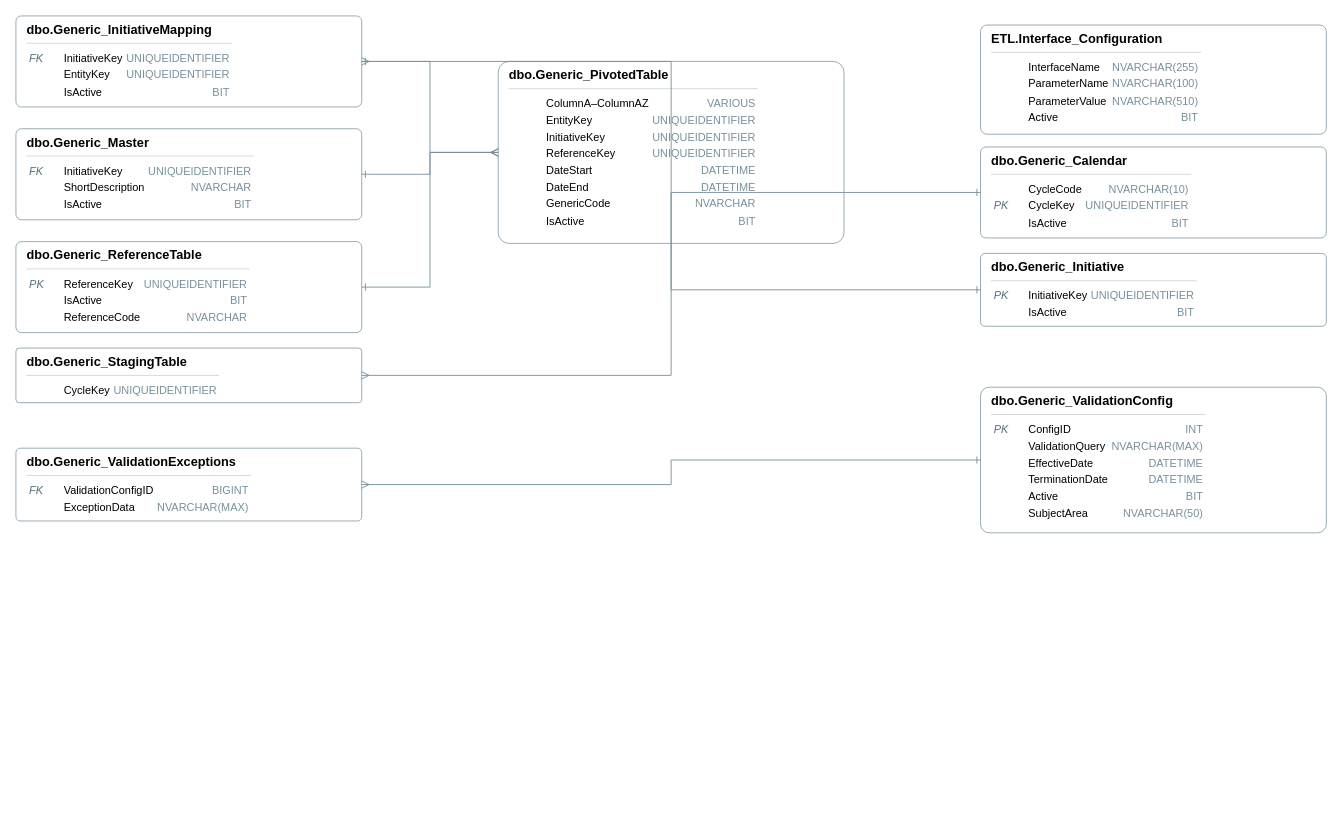
The draw.io diagram erd/generated_diag.drawio in drvmuk/sdlc_genai_demo, before the edit. Source tidied: cells renumbered, new cells numbered last; positions are measured from the earlier drawing's top-left corner, leaving out a move shared by most shapes. Both pictures are drawn from the tidied source at 91%, with x=0, y=0 at pixel (15, 15).
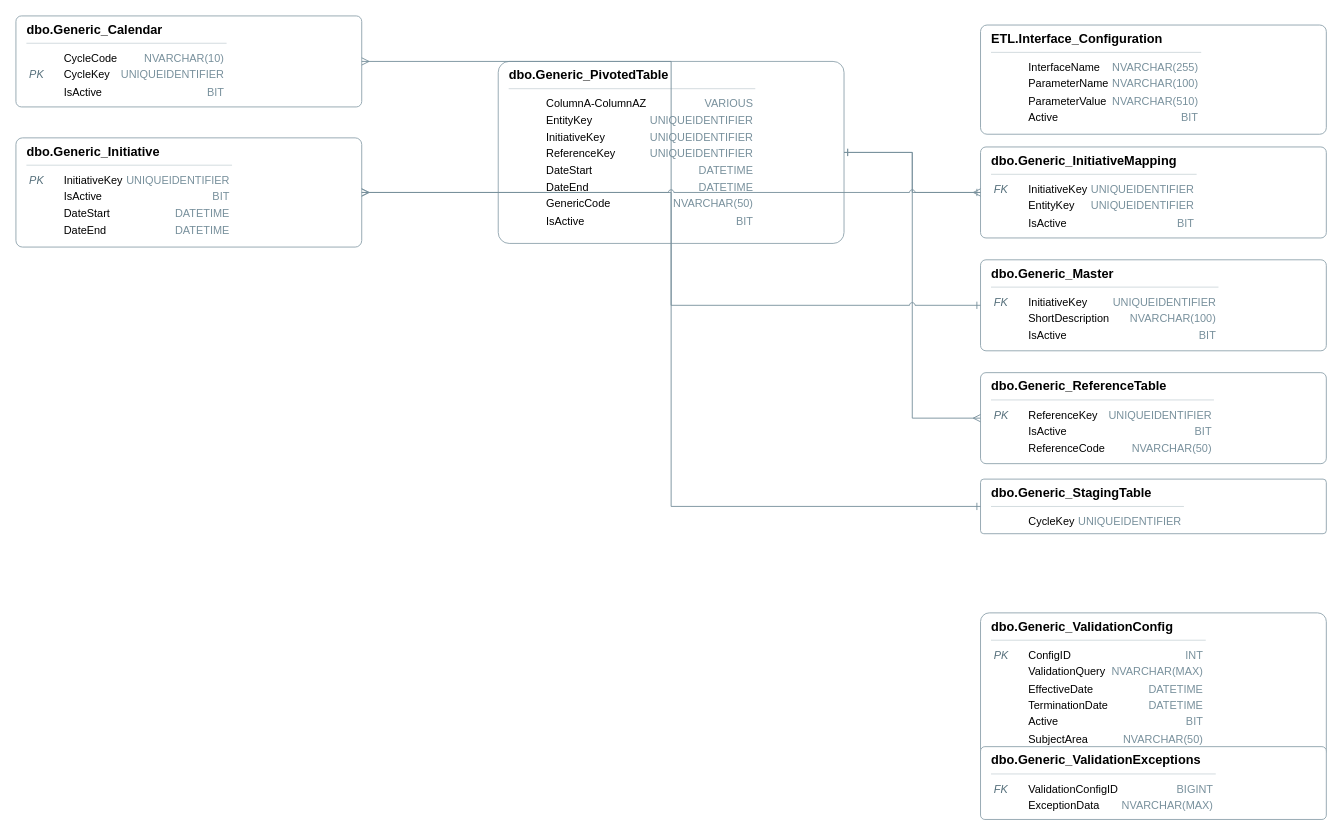
The same diagram, later.

Commit message (it also covers changes not shown here):
Upload ERD diagram

Change to the diagram source:
```diff
@@
 <mxGraphModel>
   <root>
     <mxCell id="0" />
     <mxCell id="1" parent="0" />
     <mxCell id="2" value="&lt;div style='text-align:left'&gt;&lt;div style='font-weight:600;font-size:14px'&gt;dbo.Generic_ValidationConfig&lt;/div&gt;&lt;div style='border-top:1px solid #cfd8dc;margin:6px 0'&gt;&lt;/div&gt;&lt;table style='width:100%;font-size:12px'&gt;&lt;tr&gt;&lt;td style='width:34px;font-style:italic;color:#546E7A'&gt;PK&lt;/td&gt;&lt;td&gt;ConfigID&lt;/td&gt;&lt;td style='width:86px;text-align:right;color:#78909C'&gt;INT&lt;/td&gt;&lt;/tr&gt;&lt;tr&gt;&lt;td style='width:34px;font-style:italic;color:#546E7A'&gt;&lt;/td&gt;&lt;td&gt;ValidationQuery&lt;/td&gt;&lt;td style='width:86px;text-align:right;color:#78909C'&gt;NVARCHAR(MAX)&lt;/td&gt;&lt;/tr&gt;&lt;tr&gt;&lt;td style='width:34px;font-style:italic;color:#546E7A'&gt;&lt;/td&gt;&lt;td&gt;EffectiveDate&lt;/td&gt;&lt;td style='width:86px;text-align:right;color:#78909C'&gt;DATETIME&lt;/td&gt;&lt;/tr&gt;&lt;tr&gt;&lt;td style='width:34px;font-style:italic;color:#546E7A'&gt;&lt;/td&gt;&lt;td&gt;TerminationDate&lt;/td&gt;&lt;td style='width:86px;text-align:right;color:#78909C'&gt;DATETIME&lt;/td&gt;&lt;/tr&gt;&lt;tr&gt;&lt;td style='width:34px;font-style:italic;color:#546E7A'&gt;&lt;/td&gt;&lt;td&gt;Active&lt;/td&gt;&lt;td style='width:86px;text-align:right;color:#78909C'&gt;BIT&lt;/td&gt;&lt;/tr&gt;&lt;tr&gt;&lt;td style='width:34px;font-style:italic;color:#546E7A'&gt;&lt;/td&gt;&lt;td&gt;SubjectArea&lt;/td&gt;&lt;td style='width:86px;text-align:right;color:#78909C'&gt;NVARCHAR(50)&lt;/td&gt;&lt;/tr&gt;&lt;/table&gt;&lt;/div&gt;" style="whiteSpace=wrap;rounded=1;fillColor=#FFFFFF;strokeColor=#90A4AE;dashed=0;shape=rectangle;arcSize=6;fontSize=13;align=left;verticalAlign=top;spacingLeft=10;portConstraint=eastwest;html=1;" parent="1" vertex="1">
-      <mxGeometry x="1060" y="408" width="380" height="160" as="geometry" />
+      <mxGeometry x="1060" y="656" width="380" height="160" as="geometry" />
     </mxCell>
     <mxCell id="3" value="&lt;div style='text-align:left'&gt;&lt;div style='font-weight:600;font-size:14px'&gt;dbo.Generic_ValidationExceptions&lt;/div&gt;&lt;div style='border-top:1px solid #cfd8dc;margin:6px 0'&gt;&lt;/div&gt;&lt;table style='width:100%;font-size:12px'&gt;&lt;tr&gt;&lt;td style='width:34px;font-style:italic;color:#546E7A'&gt;FK&lt;/td&gt;&lt;td&gt;ValidationConfigID&lt;/td&gt;&lt;td style='width:86px;text-align:right;color:#78909C'&gt;BIGINT&lt;/td&gt;&lt;/tr&gt;&lt;tr&gt;&lt;td style='width:34px;font-style:italic;color:#546E7A'&gt;&lt;/td&gt;&lt;td&gt;ExceptionData&lt;/td&gt;&lt;td style='width:86px;text-align:right;color:#78909C'&gt;NVARCHAR(MAX)&lt;/td&gt;&lt;/tr&gt;&lt;/table&gt;&lt;/div&gt;" style="whiteSpace=wrap;rounded=1;fillColor=#FFFFFF;strokeColor=#90A4AE;dashed=0;shape=rectangle;arcSize=6;fontSize=13;align=left;verticalAlign=top;spacingLeft=10;portConstraint=eastwest;html=1;" parent="1" vertex="1">
-      <mxGeometry y="475" width="380" height="80" as="geometry" />
+      <mxGeometry x="1060" y="803" width="380" height="80" as="geometry" />
     </mxCell>
     <mxCell id="4" value="&lt;div style='text-align:left'&gt;&lt;div style='font-weight:600;font-size:14px'&gt;ETL.Interface_Configuration&lt;/div&gt;&lt;div style='border-top:1px solid #cfd8dc;margin:6px 0'&gt;&lt;/div&gt;&lt;table style='width:100%;font-size:12px'&gt;&lt;tr&gt;&lt;td style='width:34px;font-style:italic;color:#546E7A'&gt;&lt;/td&gt;&lt;td&gt;InterfaceName&lt;/td&gt;&lt;td style='width:86px;text-align:right;color:#78909C'&gt;NVARCHAR(255)&lt;/td&gt;&lt;/tr&gt;&lt;tr&gt;&lt;td style='width:34px;font-style:italic;color:#546E7A'&gt;&lt;/td&gt;&lt;td&gt;ParameterName&lt;/td&gt;&lt;td style='width:86px;text-align:right;color:#78909C'&gt;NVARCHAR(100)&lt;/td&gt;&lt;/tr&gt;&lt;tr&gt;&lt;td style='width:34px;font-style:italic;color:#546E7A'&gt;&lt;/td&gt;&lt;td&gt;ParameterValue&lt;/td&gt;&lt;td style='width:86px;text-align:right;color:#78909C'&gt;NVARCHAR(510)&lt;/td&gt;&lt;/tr&gt;&lt;tr&gt;&lt;td style='width:34px;font-style:italic;color:#546E7A'&gt;&lt;/td&gt;&lt;td&gt;Active&lt;/td&gt;&lt;td style='width:86px;text-align:right;color:#78909C'&gt;BIT&lt;/td&gt;&lt;/tr&gt;&lt;/table&gt;&lt;/div&gt;" style="whiteSpace=wrap;rounded=1;fillColor=#FFFFFF;strokeColor=#90A4AE;dashed=0;shape=rectangle;arcSize=6;fontSize=13;align=left;verticalAlign=top;spacingLeft=10;html=1;" parent="1" vertex="1">
       <mxGeometry x="1060" y="10" width="380" height="120" as="geometry" />
     </mxCell>
     <mxCell id="5" value="&lt;div style='text-align:left'&gt;&lt;div style='font-weight:600;font-size:14px'&gt;dbo.Generic_StagingTable&lt;/div&gt;&lt;div style='border-top:1px solid #cfd8dc;margin:6px 0'&gt;&lt;/div&gt;&lt;table style='width:100%;font-size:12px'&gt;&lt;tr&gt;&lt;td style='width:34px;font-style:italic;color:#546E7A'&gt;&lt;/td&gt;&lt;td&gt;CycleKey&lt;/td&gt;&lt;td style='width:86px;text-align:right;color:#78909C'&gt;UNIQUEIDENTIFIER&lt;/td&gt;&lt;/tr&gt;&lt;/table&gt;&lt;/div&gt;" style="whiteSpace=wrap;rounded=1;fillColor=#FFFFFF;strokeColor=#90A4AE;dashed=0;shape=rectangle;arcSize=6;fontSize=13;align=left;verticalAlign=top;spacingLeft=10;portConstraint=eastwest;html=1;" parent="1" vertex="1">
-      <mxGeometry y="365" width="380" height="60" as="geometry" />
+      <mxGeometry x="1060" y="509" width="380" height="60" as="geometry" />
     </mxCell>
     <mxCell id="6" value="&lt;div style='text-align:left'&gt;&lt;div style='font-weight:600;font-size:14px'&gt;dbo.Generic_Calendar&lt;/div&gt;&lt;div style='border-top:1px solid #cfd8dc;margin:6px 0'&gt;&lt;/div&gt;&lt;table style='width:100%;font-size:12px'&gt;&lt;tr&gt;&lt;td style='width:34px;font-style:italic;color:#546E7A'&gt;&lt;/td&gt;&lt;td&gt;CycleCode&lt;/td&gt;&lt;td style='width:86px;text-align:right;color:#78909C'&gt;NVARCHAR(10)&lt;/td&gt;&lt;/tr&gt;&lt;tr&gt;&lt;td style='width:34px;font-style:italic;color:#546E7A'&gt;PK&lt;/td&gt;&lt;td&gt;CycleKey&lt;/td&gt;&lt;td style='width:86px;text-align:right;color:#78909C'&gt;UNIQUEIDENTIFIER&lt;/td&gt;&lt;/tr&gt;&lt;tr&gt;&lt;td style='width:34px;font-style:italic;color:#546E7A'&gt;&lt;/td&gt;&lt;td&gt;IsActive&lt;/td&gt;&lt;td style='width:86px;text-align:right;color:#78909C'&gt;BIT&lt;/td&gt;&lt;/tr&gt;&lt;/table&gt;&lt;/div&gt;" style="whiteSpace=wrap;rounded=1;fillColor=#FFFFFF;strokeColor=#90A4AE;dashed=0;shape=rectangle;arcSize=6;fontSize=13;align=left;verticalAlign=top;spacingLeft=10;portConstraint=eastwest;html=1;" parent="1" vertex="1">
-      <mxGeometry x="1060" y="144" width="380" height="100" as="geometry" />
+      <mxGeometry width="380" height="100" as="geometry" />
     </mxCell>
-    <mxCell id="7" value="&lt;div style='text-align:left'&gt;&lt;div style='font-weight:600;font-size:14px'&gt;dbo.Generic_PivotedTable&lt;/div&gt;&lt;div style='border-top:1px solid #cfd8dc;margin:6px 0'&gt;&lt;/div&gt;&lt;table style='width:100%;font-size:12px'&gt;&lt;tr&gt;&lt;td style='width:34px;font-style:italic;color:#546E7A'&gt;&lt;/td&gt;&lt;td&gt;ColumnA–ColumnAZ&lt;/td&gt;&lt;td style='width:86px;text-align:right;color:#78909C'&gt;VARIOUS&lt;/td&gt;&lt;/tr&gt;&lt;tr&gt;&lt;td style='width:34px;font-style:italic;color:#546E7A'&gt;&lt;/td&gt;&lt;td&gt;EntityKey&lt;/td&gt;&lt;td style='width:86px;text-align:right;color:#78909C'&gt;UNIQUEIDENTIFIER&lt;/td&gt;&lt;/tr&gt;&lt;tr&gt;&lt;td style='width:34px;font-style:italic;color:#546E7A'&gt;&lt;/td&gt;&lt;td&gt;InitiativeKey&lt;/td&gt;&lt;td style='width:86px;text-align:right;color:#78909C'&gt;UNIQUEIDENTIFIER&lt;/td&gt;&lt;/tr&gt;&lt;tr&gt;&lt;td style='width:34px;font-style:italic;color:#546E7A'&gt;&lt;/td&gt;&lt;td&gt;ReferenceKey&lt;/td&gt;&lt;td style='width:86px;text-align:right;color:#78909C'&gt;UNIQUEIDENTIFIER&lt;/td&gt;&lt;/tr&gt;&lt;tr&gt;&lt;td style='width:34px;font-style:italic;color:#546E7A'&gt;&lt;/td&gt;&lt;td&gt;DateStart&lt;/td&gt;&lt;td style='width:86px;text-align:right;color:#78909C'&gt;DATETIME&lt;/td&gt;&lt;/tr&gt;&lt;tr&gt;&lt;td style='width:34px;font-style:italic;color:#546E7A'&gt;&lt;/td&gt;&lt;td&gt;DateEnd&lt;/td&gt;&lt;td style='width:86px;text-align:right;color:#78909C'&gt;DATETIME&lt;/td&gt;&lt;/tr&gt;&lt;tr&gt;&lt;td style='width:34px;font-style:italic;color:#546E7A'&gt;&lt;/td&gt;&lt;td&gt;GenericCode&lt;/td&gt;&lt;td style='width:86px;text-align:right;color:#78909C'&gt;NVARCHAR&lt;/td&gt;&lt;/tr&gt;&lt;tr&gt;&lt;td style='width:34px;font-style:italic;color:#546E7A'&gt;&lt;/td&gt;&lt;td&gt;IsActive&lt;/td&gt;&lt;td style='width:86px;text-align:right;color:#78909C'&gt;BIT&lt;/td&gt;&lt;/tr&gt;&lt;/table&gt;&lt;/div&gt;" style="whiteSpace=wrap;rounded=1;fillColor=#FFFFFF;strokeColor=#90A4AE;dashed=0;shape=rectangle;arcSize=6;fontSize=13;align=left;verticalAlign=top;spacingLeft=10;portConstraint=eastwest;html=1;" parent="1" vertex="1">
-      <mxGeometry x="530" y="50" width="380" height="200" as="geometry" />
-    </mxCell>
-    <mxCell id="8" value="&lt;div style='text-align:left'&gt;&lt;div style='font-weight:600;font-size:14px'&gt;dbo.Generic_ReferenceTable&lt;/div&gt;&lt;div style='border-top:1px solid #cfd8dc;margin:6px 0'&gt;&lt;/div&gt;&lt;table style='width:100%;font-size:12px'&gt;&lt;tr&gt;&lt;td style='width:34px;font-style:italic;color:#546E7A'&gt;PK&lt;/td&gt;&lt;td&gt;ReferenceKey&lt;/td&gt;&lt;td style='width:86px;text-align:right;color:#78909C'&gt;UNIQUEIDENTIFIER&lt;/td&gt;&lt;/tr&gt;&lt;tr&gt;&lt;td style='width:34px;font-style:italic;color:#546E7A'&gt;&lt;/td&gt;&lt;td&gt;IsActive&lt;/td&gt;&lt;td style='width:86px;text-align:right;color:#78909C'&gt;BIT&lt;/td&gt;&lt;/tr&gt;&lt;tr&gt;&lt;td style='width:34px;font-style:italic;color:#546E7A'&gt;&lt;/td&gt;&lt;td&gt;ReferenceCode&lt;/td&gt;&lt;td style='width:86px;text-align:right;color:#78909C'&gt;NVARCHAR&lt;/td&gt;&lt;/tr&gt;&lt;/table&gt;&lt;/div&gt;" style="whiteSpace=wrap;rounded=1;fillColor=#FFFFFF;strokeColor=#90A4AE;dashed=0;shape=rectangle;arcSize=6;fontSize=13;align=left;verticalAlign=top;spacingLeft=10;portConstraint=eastwest;html=1;" parent="1" vertex="1">
-      <mxGeometry y="248" width="380" height="100" as="geometry" />
-    </mxCell>
-    <mxCell id="9" value="&lt;div style='text-align:left'&gt;&lt;div style='font-weight:600;font-size:14px'&gt;dbo.Generic_Initiative&lt;/div&gt;&lt;div style='border-top:1px solid #cfd8dc;margin:6px 0'&gt;&lt;/div&gt;&lt;table style='width:100%;font-size:12px'&gt;&lt;tr&gt;&lt;td style='width:34px;font-style:italic;color:#546E7A'&gt;PK&lt;/td&gt;&lt;td&gt;InitiativeKey&lt;/td&gt;&lt;td style='width:86px;text-align:right;color:#78909C'&gt;UNIQUEIDENTIFIER&lt;/td&gt;&lt;/tr&gt;&lt;tr&gt;&lt;td style='width:34px;font-style:italic;color:#546E7A'&gt;&lt;/td&gt;&lt;td&gt;IsActive&lt;/td&gt;&lt;td style='width:86px;text-align:right;color:#78909C'&gt;BIT&lt;/td&gt;&lt;/tr&gt;&lt;/table&gt;&lt;/div&gt;" style="whiteSpace=wrap;rounded=1;fillColor=#FFFFFF;strokeColor=#90A4AE;dashed=0;shape=rectangle;arcSize=6;fontSize=13;align=left;verticalAlign=top;spacingLeft=10;portConstraint=eastwest;html=1;" parent="1" vertex="1">
-      <mxGeometry x="1060" y="261" width="380" height="80" as="geometry" />
-    </mxCell>
+    <mxCell id="18" value="&lt;div style='text-align:left'&gt;&lt;div style='font-weight:600;font-size:14px'&gt;dbo.Generic_PivotedTable&lt;/div&gt;&lt;div style='border-top:1px solid #cfd8dc;margin:6px 0'&gt;&lt;/div&gt;&lt;table style='width:100%;font-size:12px'&gt;&lt;tr&gt;&lt;td style='width:34px;font-style:italic;color:#546E7A'&gt;&lt;/td&gt;&lt;td&gt;ColumnA-ColumnAZ&lt;/td&gt;&lt;td style='width:86px;text-align:right;color:#78909C'&gt;VARIOUS&lt;/td&gt;&lt;/tr&gt;&lt;tr&gt;&lt;td style='width:34px;font-style:italic;color:#546E7A'&gt;&lt;/td&gt;&lt;td&gt;EntityKey&lt;/td&gt;&lt;td style='width:86px;text-align:right;color:#78909C'&gt;UNIQUEIDENTIFIER&lt;/td&gt;&lt;/tr&gt;&lt;tr&gt;&lt;td style='width:34px;font-style:italic;color:#546E7A'&gt;&lt;/td&gt;&lt;td&gt;InitiativeKey&lt;/td&gt;&lt;td style='width:86px;text-align:right;color:#78909C'&gt;UNIQUEIDENTIFIER&lt;/td&gt;&lt;/tr&gt;&lt;tr&gt;&lt;td style='width:34px;font-style:italic;color:#546E7A'&gt;&lt;/td&gt;&lt;td&gt;ReferenceKey&lt;/td&gt;&lt;td style='width:86px;text-align:right;color:#78909C'&gt;UNIQUEIDENTIFIER&lt;/td&gt;&lt;/tr&gt;&lt;tr&gt;&lt;td style='width:34px;font-style:italic;color:#546E7A'&gt;&lt;/td&gt;&lt;td&gt;DateStart&lt;/td&gt;&lt;td style='width:86px;text-align:right;color:#78909C'&gt;DATETIME&lt;/td&gt;&lt;/tr&gt;&lt;tr&gt;&lt;td style='width:34px;font-style:italic;color:#546E7A'&gt;&lt;/td&gt;&lt;td&gt;DateEnd&lt;/td&gt;&lt;td style='width:86px;text-align:right;color:#78909C'&gt;DATETIME&lt;/td&gt;&lt;/tr&gt;&lt;tr&gt;&lt;td style='width:34px;font-style:italic;color:#546E7A'&gt;&lt;/td&gt;&lt;td&gt;GenericCode&lt;/td&gt;&lt;td style='width:86px;text-align:right;color:#78909C'&gt;NVARCHAR(50)&lt;/td&gt;&lt;/tr&gt;&lt;tr&gt;&lt;td style='width:34px;font-style:italic;color:#546E7A'&gt;&lt;/td&gt;&lt;td&gt;IsActive&lt;/td&gt;&lt;td style='width:86px;text-align:right;color:#78909C'&gt;BIT&lt;/td&gt;&lt;/tr&gt;&lt;/table&gt;&lt;/div&gt;" style="whiteSpace=wrap;rounded=1;fillColor=#FFFFFF;strokeColor=#90A4AE;dashed=0;shape=rectangle;arcSize=6;fontSize=13;align=left;verticalAlign=top;spacingLeft=10;portConstraint=eastwest;html=1;" parent="1" vertex="1">
+      <mxGeometry x="530" y="50" width="380" height="200" as="geometry" />
+    </mxCell>
+    <mxCell id="19" value="&lt;div style='text-align:left'&gt;&lt;div style='font-weight:600;font-size:14px'&gt;dbo.Generic_ReferenceTable&lt;/div&gt;&lt;div style='border-top:1px solid #cfd8dc;margin:6px 0'&gt;&lt;/div&gt;&lt;table style='width:100%;font-size:12px'&gt;&lt;tr&gt;&lt;td style='width:34px;font-style:italic;color:#546E7A'&gt;PK&lt;/td&gt;&lt;td&gt;ReferenceKey&lt;/td&gt;&lt;td style='width:86px;text-align:right;color:#78909C'&gt;UNIQUEIDENTIFIER&lt;/td&gt;&lt;/tr&gt;&lt;tr&gt;&lt;td style='width:34px;font-style:italic;color:#546E7A'&gt;&lt;/td&gt;&lt;td&gt;IsActive&lt;/td&gt;&lt;td style='width:86px;text-align:right;color:#78909C'&gt;BIT&lt;/td&gt;&lt;/tr&gt;&lt;tr&gt;&lt;td style='width:34px;font-style:italic;color:#546E7A'&gt;&lt;/td&gt;&lt;td&gt;ReferenceCode&lt;/td&gt;&lt;td style='width:86px;text-align:right;color:#78909C'&gt;NVARCHAR(50)&lt;/td&gt;&lt;/tr&gt;&lt;/table&gt;&lt;/div&gt;" style="whiteSpace=wrap;rounded=1;fillColor=#FFFFFF;strokeColor=#90A4AE;dashed=0;shape=rectangle;arcSize=6;fontSize=13;align=left;verticalAlign=top;spacingLeft=10;portConstraint=eastwest;html=1;" parent="1" vertex="1">
+      <mxGeometry x="1060" y="392" width="380" height="100" as="geometry" />
+    </mxCell>
+    <mxCell id="20" value="&lt;div style='text-align:left'&gt;&lt;div style='font-weight:600;font-size:14px'&gt;dbo.Generic_Initiative&lt;/div&gt;&lt;div style='border-top:1px solid #cfd8dc;margin:6px 0'&gt;&lt;/div&gt;&lt;table style='width:100%;font-size:12px'&gt;&lt;tr&gt;&lt;td style='width:34px;font-style:italic;color:#546E7A'&gt;PK&lt;/td&gt;&lt;td&gt;InitiativeKey&lt;/td&gt;&lt;td style='width:86px;text-align:right;color:#78909C'&gt;UNIQUEIDENTIFIER&lt;/td&gt;&lt;/tr&gt;&lt;tr&gt;&lt;td style='width:34px;font-style:italic;color:#546E7A'&gt;&lt;/td&gt;&lt;td&gt;IsActive&lt;/td&gt;&lt;td style='width:86px;text-align:right;color:#78909C'&gt;BIT&lt;/td&gt;&lt;/tr&gt;&lt;tr&gt;&lt;td style='width:34px;font-style:italic;color:#546E7A'&gt;&lt;/td&gt;&lt;td&gt;DateStart&lt;/td&gt;&lt;td style='width:86px;text-align:right;color:#78909C'&gt;DATETIME&lt;/td&gt;&lt;/tr&gt;&lt;tr&gt;&lt;td style='width:34px;font-style:italic;color:#546E7A'&gt;&lt;/td&gt;&lt;td&gt;DateEnd&lt;/td&gt;&lt;td style='width:86px;text-align:right;color:#78909C'&gt;DATETIME&lt;/td&gt;&lt;/tr&gt;&lt;/table&gt;&lt;/div&gt;" style="whiteSpace=wrap;rounded=1;fillColor=#FFFFFF;strokeColor=#90A4AE;dashed=0;shape=rectangle;arcSize=6;fontSize=13;align=left;verticalAlign=top;spacingLeft=10;portConstraint=eastwest;html=1;" parent="1" vertex="1">
+      <mxGeometry y="134" width="380" height="120" as="geometry" />
+    </mxCell>
     <mxCell id="10" value="&lt;div style='text-align:left'&gt;&lt;div style='font-weight:600;font-size:14px'&gt;dbo.Generic_InitiativeMapping&lt;/div&gt;&lt;div style='border-top:1px solid #cfd8dc;margin:6px 0'&gt;&lt;/div&gt;&lt;table style='width:100%;font-size:12px'&gt;&lt;tr&gt;&lt;td style='width:34px;font-style:italic;color:#546E7A'&gt;FK&lt;/td&gt;&lt;td&gt;InitiativeKey&lt;/td&gt;&lt;td style='width:86px;text-align:right;color:#78909C'&gt;UNIQUEIDENTIFIER&lt;/td&gt;&lt;/tr&gt;&lt;tr&gt;&lt;td style='width:34px;font-style:italic;color:#546E7A'&gt;&lt;/td&gt;&lt;td&gt;EntityKey&lt;/td&gt;&lt;td style='width:86px;text-align:right;color:#78909C'&gt;UNIQUEIDENTIFIER&lt;/td&gt;&lt;/tr&gt;&lt;tr&gt;&lt;td style='width:34px;font-style:italic;color:#546E7A'&gt;&lt;/td&gt;&lt;td&gt;IsActive&lt;/td&gt;&lt;td style='width:86px;text-align:right;color:#78909C'&gt;BIT&lt;/td&gt;&lt;/tr&gt;&lt;/table&gt;&lt;/div&gt;" style="whiteSpace=wrap;rounded=1;fillColor=#FFFFFF;strokeColor=#90A4AE;dashed=0;shape=rectangle;arcSize=6;fontSize=13;align=left;verticalAlign=top;spacingLeft=10;portConstraint=eastwest;html=1;" parent="1" vertex="1">
-      <mxGeometry width="380" height="100" as="geometry" />
+      <mxGeometry x="1060" y="144" width="380" height="100" as="geometry" />
     </mxCell>
-    <mxCell id="11" value="&lt;div style='text-align:left'&gt;&lt;div style='font-weight:600;font-size:14px'&gt;dbo.Generic_Master&lt;/div&gt;&lt;div style='border-top:1px solid #cfd8dc;margin:6px 0'&gt;&lt;/div&gt;&lt;table style='width:100%;font-size:12px'&gt;&lt;tr&gt;&lt;td style='width:34px;font-style:italic;color:#546E7A'&gt;FK&lt;/td&gt;&lt;td&gt;InitiativeKey&lt;/td&gt;&lt;td style='width:86px;text-align:right;color:#78909C'&gt;UNIQUEIDENTIFIER&lt;/td&gt;&lt;/tr&gt;&lt;tr&gt;&lt;td style='width:34px;font-style:italic;color:#546E7A'&gt;&lt;/td&gt;&lt;td&gt;ShortDescription&lt;/td&gt;&lt;td style='width:86px;text-align:right;color:#78909C'&gt;NVARCHAR&lt;/td&gt;&lt;/tr&gt;&lt;tr&gt;&lt;td style='width:34px;font-style:italic;color:#546E7A'&gt;&lt;/td&gt;&lt;td&gt;IsActive&lt;/td&gt;&lt;td style='width:86px;text-align:right;color:#78909C'&gt;BIT&lt;/td&gt;&lt;/tr&gt;&lt;/table&gt;&lt;/div&gt;" style="whiteSpace=wrap;rounded=1;fillColor=#FFFFFF;strokeColor=#90A4AE;dashed=0;shape=rectangle;arcSize=6;fontSize=13;align=left;verticalAlign=top;spacingLeft=10;portConstraint=eastwest;html=1;" parent="1" vertex="1">
-      <mxGeometry y="124" width="380" height="100" as="geometry" />
-    </mxCell>
-    <mxCell id="12" style="edgeStyle=orthogonalEdgeStyle;rounded=0;jettySize=auto;startArrow=ERone;endArrow=ERmany;strokeColor=#78909C;jumpStyle=arc;jumpSize=6;" parent="1" edge="1" source="6" target="5">
-      <mxGeometry relative="1" as="geometry" />
-    </mxCell>
-    <mxCell id="13" style="edgeStyle=orthogonalEdgeStyle;rounded=0;jettySize=auto;startArrow=ERone;endArrow=ERmany;strokeColor=#78909C;jumpStyle=arc;jumpSize=6;" parent="1" edge="1" source="8" target="7">
-      <mxGeometry relative="1" as="geometry" />
-    </mxCell>
-    <mxCell id="14" style="edgeStyle=orthogonalEdgeStyle;rounded=0;jettySize=auto;startArrow=ERone;endArrow=ERmany;strokeColor=#78909C;jumpStyle=arc;jumpSize=6;" parent="1" edge="1" source="9" target="10">
-      <mxGeometry relative="1" as="geometry" />
-    </mxCell>
-    <mxCell id="15" style="edgeStyle=orthogonalEdgeStyle;rounded=0;jettySize=auto;startArrow=ERone;endArrow=ERmany;strokeColor=#78909C;jumpStyle=arc;jumpSize=6;" parent="1" edge="1" source="10" target="7">
-      <mxGeometry relative="1" as="geometry" />
-    </mxCell>
-    <mxCell id="16" style="edgeStyle=orthogonalEdgeStyle;rounded=0;jettySize=auto;startArrow=ERone;endArrow=ERmany;strokeColor=#78909C;jumpStyle=arc;jumpSize=6;" parent="1" edge="1" source="11" target="7">
-      <mxGeometry relative="1" as="geometry" />
-    </mxCell>
-    <mxCell id="17" style="edgeStyle=orthogonalEdgeStyle;rounded=0;jettySize=auto;startArrow=ERone;endArrow=ERmany;strokeColor=#78909C;jumpStyle=arc;jumpSize=6;" parent="1" edge="1" source="2" target="3">
-      <mxGeometry relative="1" as="geometry" />
-    </mxCell>
+    <mxCell id="21" value="&lt;div style='text-align:left'&gt;&lt;div style='font-weight:600;font-size:14px'&gt;dbo.Generic_Master&lt;/div&gt;&lt;div style='border-top:1px solid #cfd8dc;margin:6px 0'&gt;&lt;/div&gt;&lt;table style='width:100%;font-size:12px'&gt;&lt;tr&gt;&lt;td style='width:34px;font-style:italic;color:#546E7A'&gt;FK&lt;/td&gt;&lt;td&gt;InitiativeKey&lt;/td&gt;&lt;td style='width:86px;text-align:right;color:#78909C'&gt;UNIQUEIDENTIFIER&lt;/td&gt;&lt;/tr&gt;&lt;tr&gt;&lt;td style='width:34px;font-style:italic;color:#546E7A'&gt;&lt;/td&gt;&lt;td&gt;ShortDescription&lt;/td&gt;&lt;td style='width:86px;text-align:right;color:#78909C'&gt;NVARCHAR(100)&lt;/td&gt;&lt;/tr&gt;&lt;tr&gt;&lt;td style='width:34px;font-style:italic;color:#546E7A'&gt;&lt;/td&gt;&lt;td&gt;IsActive&lt;/td&gt;&lt;td style='width:86px;text-align:right;color:#78909C'&gt;BIT&lt;/td&gt;&lt;/tr&gt;&lt;/table&gt;&lt;/div&gt;" style="whiteSpace=wrap;rounded=1;fillColor=#FFFFFF;strokeColor=#90A4AE;dashed=0;shape=rectangle;arcSize=6;fontSize=13;align=left;verticalAlign=top;spacingLeft=10;portConstraint=eastwest;html=1;" parent="1" vertex="1">
+      <mxGeometry x="1060" y="268" width="380" height="100" as="geometry" />
+    </mxCell>
+    <mxCell id="22" style="edgeStyle=orthogonalEdgeStyle;rounded=0;jettySize=auto;startArrow=ERone;endArrow=ERmany;strokeColor=#78909C;jumpStyle=arc;jumpSize=6;" parent="1" edge="1" source="5" target="6">
+      <mxGeometry relative="1" as="geometry" />
+    </mxCell>
+    <mxCell id="23" style="edgeStyle=orthogonalEdgeStyle;rounded=0;jettySize=auto;startArrow=ERone;endArrow=ERmany;strokeColor=#78909C;jumpStyle=arc;jumpSize=6;" parent="1" edge="1" source="18" target="19">
+      <mxGeometry relative="1" as="geometry" />
+    </mxCell>
+    <mxCell id="24" style="edgeStyle=orthogonalEdgeStyle;rounded=0;jettySize=auto;startArrow=ERone;endArrow=ERmany;strokeColor=#78909C;jumpStyle=arc;jumpSize=6;" parent="1" edge="1" source="18" target="10">
+      <mxGeometry relative="1" as="geometry" />
+    </mxCell>
+    <mxCell id="25" style="edgeStyle=orthogonalEdgeStyle;rounded=0;jettySize=auto;startArrow=ERone;endArrow=ERmany;strokeColor=#78909C;jumpStyle=arc;jumpSize=6;" parent="1" edge="1" source="10" target="20">
+      <mxGeometry relative="1" as="geometry" />
+    </mxCell>
+    <mxCell id="26" style="edgeStyle=orthogonalEdgeStyle;rounded=0;jettySize=auto;startArrow=ERone;endArrow=ERmany;strokeColor=#78909C;jumpStyle=arc;jumpSize=6;" parent="1" edge="1" source="21" target="20">
+      <mxGeometry relative="1" as="geometry" />
+    </mxCell>
   </root>
 </mxGraphModel>
```
